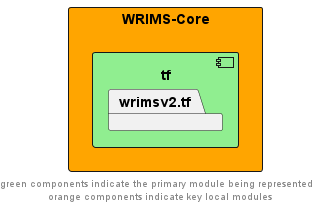
Above: docs/diagrams/wrims-core/wrims-core_tf.png in CentralValleyModeling/wrims (PlantUML), before the change.
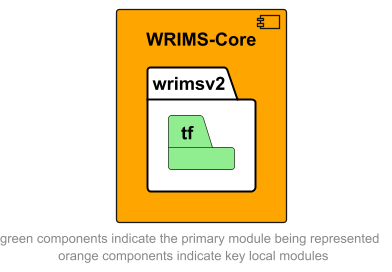
Above is the later version.

The edit, as a diff of the source:
```diff
@@ -2,11 +2,9 @@
 left to right direction
 skinparam linetype ortho
 
-rectangle wrims_core as "WRIMS-Core" #orange {
-    package tf {
-        component tf #lightgreen {
-            package wrimsv2.tf
-        }
+component wrims_core as "WRIMS-Core" #orange {
+    package wrimsv2 #white {
+        package tf #lightgreen
     }
 }
 
```
